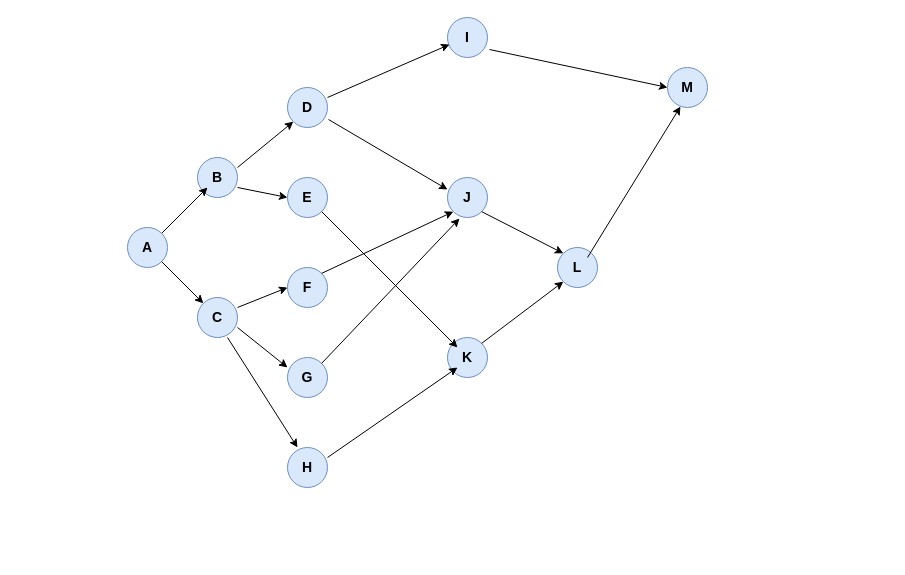
This is Diagrama sin título.drawio from Nicolaszabala/Nicolaszabala, a draw.io file, before an edit. Source tidied: cells renumbered, new cells numbered last; positions are measured from the earlier drawing's top-left corner, leaving out a move shared by most shapes. Both pictures are drawn from the tidied source at 100%, with x=0, y=0 at pixel (127, 17).
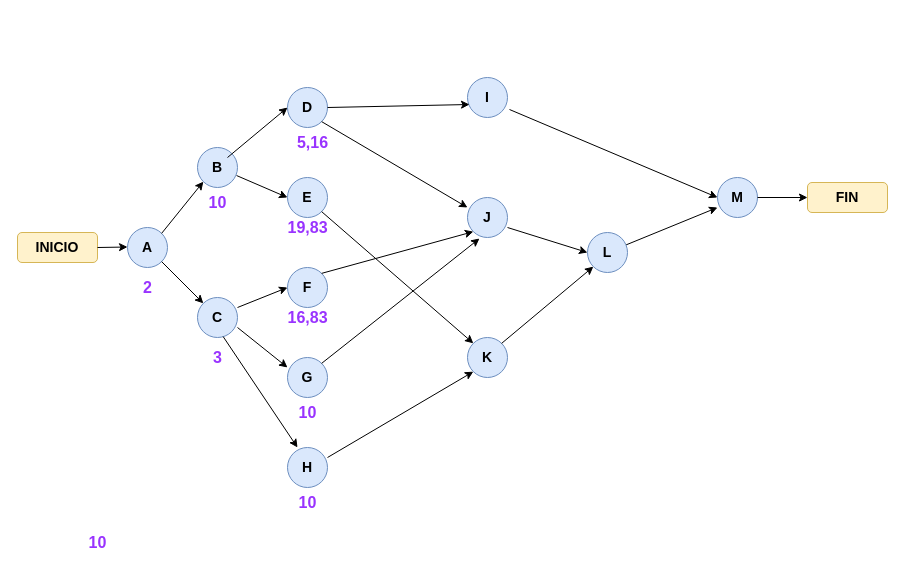
The same diagram, later.

Unchanged cells that the change refers to:
```xml
<mxCell id="4" value="&lt;font style=&quot;font-size: 14px;&quot;&gt;A&lt;/font&gt;" style="ellipse;whiteSpace=wrap;html=1;fontStyle=1;fillColor=#dae8fc;strokeColor=#6c8ebf;" parent="1" vertex="1">
  <mxGeometry y="210" width="40" height="40" as="geometry" />
</mxCell>
<mxCell id="6" value="&lt;font style=&quot;font-size: 14px;&quot;&gt;D&lt;/font&gt;" style="ellipse;whiteSpace=wrap;html=1;fontStyle=1;fillColor=#dae8fc;strokeColor=#6c8ebf;" parent="1" vertex="1">
  <mxGeometry x="160" y="70" width="40" height="40" as="geometry" />
</mxCell>
<mxCell id="8" value="&lt;font style=&quot;font-size: 14px;&quot;&gt;E&lt;/font&gt;" style="ellipse;whiteSpace=wrap;html=1;fontStyle=1;fillColor=#dae8fc;strokeColor=#6c8ebf;" parent="1" vertex="1">
  <mxGeometry x="160" y="160" width="40" height="40" as="geometry" />
</mxCell>
```

The edit, as a diff of the source:
```diff
@@
-    <mxCell id="2" value="&lt;font style=&quot;font-size: 14px;&quot;&gt;B&lt;/font&gt;" style="ellipse;whiteSpace=wrap;html=1;fontStyle=1;fillColor=#dae8fc;strokeColor=#6c8ebf;" parent="1" vertex="1">
-      <mxGeometry x="70" y="140" width="40" height="40" as="geometry" />
-    </mxCell>
-    <mxCell id="3" style="endArrow=classic;html=1;rounded=0;fontSize=14;" parent="1" edge="1">
-      <mxGeometry relative="1" as="geometry">
-        <mxPoint x="30" y="220" as="sourcePoint" />
-        <mxPoint x="80" y="170" as="targetPoint" />
-      </mxGeometry>
-    </mxCell>
@@
-    <mxCell id="9" style="endArrow=classic;html=1;rounded=0;fontSize=14;entryX=0;entryY=1;entryDx=0;entryDy=0;" parent="1" edge="1" target="6">
-      <mxGeometry relative="1" as="geometry">
-        <mxPoint x="110" y="150" as="sourcePoint" />
-      </mxGeometry>
-    </mxCell>
-    <mxCell id="10" style="endArrow=classic;html=1;rounded=0;fontSize=14;" parent="1" edge="1">
+    <mxCell id="10" style="endArrow=classic;html=1;rounded=0;fontSize=14;exitX=0.975;exitY=0.7;exitDx=0;exitDy=0;exitPerimeter=0;" parent="1" edge="1" source="2">
       <mxGeometry relative="1" as="geometry">
-        <mxPoint x="110" y="170" as="sourcePoint" />
         <mxPoint x="160" y="180" as="targetPoint" />
       </mxGeometry>
     </mxCell>
@@
-    <mxCell id="16" style="endArrow=classic;html=1;rounded=0;fontSize=14;" parent="1" edge="1">
+    <mxCell id="16" style="endArrow=classic;html=1;rounded=0;fontSize=14;exitX=0.69;exitY=-0.195;exitDx=0;exitDy=0;exitPerimeter=0;" parent="1" edge="1" source="40">
       <mxGeometry relative="1" as="geometry">
-        <mxPoint x="100" y="320" as="sourcePoint" />
         <mxPoint x="170" y="430" as="targetPoint" />
       </mxGeometry>
     </mxCell>
     <mxCell id="17" value="&lt;font style=&quot;font-size: 14px;&quot;&gt;I&lt;/font&gt;" style="ellipse;whiteSpace=wrap;html=1;fontStyle=1;fillColor=#dae8fc;strokeColor=#6c8ebf;" parent="1" vertex="1">
-      <mxGeometry x="320" width="40" height="40" as="geometry" />
+      <mxGeometry x="340" y="60" width="40" height="40" as="geometry" />
     </mxCell>
     <mxCell id="18" value="&lt;font style=&quot;font-size: 14px;&quot;&gt;J&lt;/font&gt;" style="ellipse;whiteSpace=wrap;html=1;fontStyle=1;fillColor=#dae8fc;strokeColor=#6c8ebf;" parent="1" vertex="1">
-      <mxGeometry x="320" y="160" width="40" height="40" as="geometry" />
+      <mxGeometry x="340" y="180" width="40" height="40" as="geometry" />
     </mxCell>
     <mxCell id="19" style="endArrow=classic;html=1;rounded=0;fontSize=14;entryX=0.05;entryY=0.675;entryDx=0;entryDy=0;entryPerimeter=0;" parent="1" edge="1" target="17">
       <mxGeometry relative="1" as="geometry">
-        <mxPoint x="200" y="80" as="sourcePoint" />
+        <mxPoint x="200" y="90" as="sourcePoint" />
       </mxGeometry>
     </mxCell>
@@
-    <mxCell id="21" style="endArrow=classic;html=1;rounded=0;fontSize=14;entryX=0;entryY=0.3;entryDx=0;entryDy=0;entryPerimeter=0;exitX=1.025;exitY=0.8;exitDx=0;exitDy=0;exitPerimeter=0;" parent="1" edge="1" source="6" target="18">
-      <mxGeometry relative="1" as="geometry" />
+    <mxCell id="21" style="endArrow=classic;html=1;rounded=0;fontSize=14;exitX=1;exitY=1;exitDx=0;exitDy=0;" parent="1" edge="1" source="6">
+      <mxGeometry relative="1" as="geometry">
+        <mxPoint x="340" y="190" as="targetPoint" />
+      </mxGeometry>
     </mxCell>
@@
     <mxCell id="23" value="&lt;font style=&quot;font-size: 14px;&quot;&gt;K&lt;/font&gt;" style="ellipse;whiteSpace=wrap;html=1;fontStyle=1;fillColor=#dae8fc;strokeColor=#6c8ebf;" parent="1" vertex="1">
-      <mxGeometry x="320" y="320" width="40" height="40" as="geometry" />
+      <mxGeometry x="340" y="320" width="40" height="40" as="geometry" />
     </mxCell>
-    <mxCell id="24" style="endArrow=classic;html=1;rounded=0;fontSize=14;exitX=1;exitY=1;exitDx=0;exitDy=0;" parent="1" edge="1" source="8">
-      <mxGeometry relative="1" as="geometry">
-        <mxPoint x="330" y="330" as="targetPoint" />
-      </mxGeometry>
+    <mxCell id="24" style="endArrow=classic;html=1;rounded=0;fontSize=14;exitX=1;exitY=1;exitDx=0;exitDy=0;entryX=0;entryY=0;entryDx=0;entryDy=0;" parent="1" edge="1" source="8" target="23">
+      <mxGeometry relative="1" as="geometry" />
     </mxCell>
-    <mxCell id="25" style="endArrow=classic;html=1;rounded=0;fontSize=14;" parent="1" edge="1">
+    <mxCell id="25" style="endArrow=classic;html=1;rounded=0;fontSize=14;entryX=0;entryY=1;entryDx=0;entryDy=0;" parent="1" edge="1" target="23">
       <mxGeometry relative="1" as="geometry">
         <mxPoint x="200" y="440" as="sourcePoint" />
-        <mxPoint x="330" y="350" as="targetPoint" />
       </mxGeometry>
     </mxCell>
-    <mxCell id="26" value="&lt;font style=&quot;font-size: 14px;&quot;&gt;L&lt;/font&gt;" style="ellipse;whiteSpace=wrap;html=1;fontStyle=1;fillColor=#dae8fc;strokeColor=#6c8ebf;" parent="1" vertex="1">
-      <mxGeometry x="430" y="230" width="40" height="40" as="geometry" />
-    </mxCell>
@@
-    <mxCell id="28" style="endArrow=classic;html=1;rounded=0;fontSize=14;exitX=1;exitY=1;exitDx=0;exitDy=0;entryX=0;entryY=0;entryDx=0;entryDy=0;" parent="1" edge="1" source="18" target="26">
-      <mxGeometry relative="1" as="geometry" />
+    <mxCell id="28" style="endArrow=classic;html=1;rounded=0;fontSize=14;entryX=0;entryY=0.5;entryDx=0;entryDy=0;" parent="1" edge="1" target="26">
+      <mxGeometry relative="1" as="geometry">
+        <mxPoint x="380" y="210" as="sourcePoint" />
+      </mxGeometry>
     </mxCell>
     <mxCell id="29" value="&lt;font style=&quot;font-size: 14px;&quot;&gt;M&lt;/font&gt;" style="ellipse;whiteSpace=wrap;html=1;fontStyle=1;fillColor=#dae8fc;strokeColor=#6c8ebf;" parent="1" vertex="1">
-      <mxGeometry x="540" y="50" width="40" height="40" as="geometry" />
+      <mxGeometry x="590" y="160" width="40" height="40" as="geometry" />
     </mxCell>
@@
-    <mxCell id="31" style="endArrow=classic;html=1;rounded=0;fontSize=14;entryX=0.325;entryY=0.975;entryDx=0;entryDy=0;entryPerimeter=0;" parent="1" edge="1" target="29">
+    <mxCell id="31" style="endArrow=classic;html=1;rounded=0;fontSize=14;startArrow=none;" parent="1" edge="1" source="26">
       <mxGeometry relative="1" as="geometry">
-        <mxPoint x="460" y="240" as="sourcePoint" />
+        <mxPoint x="590" y="190" as="targetPoint" />
       </mxGeometry>
     </mxCell>
+    <mxCell id="32" value="&lt;b&gt;FIN&lt;/b&gt;" style="rounded=1;whiteSpace=wrap;html=1;fontSize=14;fillColor=#fff2cc;strokeColor=#d6b656;" parent="1" vertex="1">
+      <mxGeometry x="680" y="165" width="80" height="30" as="geometry" />
+    </mxCell>
+    <mxCell id="33" value="&lt;b&gt;INICIO&lt;/b&gt;" style="rounded=1;whiteSpace=wrap;html=1;fontSize=14;fillColor=#fff2cc;strokeColor=#d6b656;" parent="1" vertex="1">
+      <mxGeometry x="-110" y="215" width="80" height="30" as="geometry" />
+    </mxCell>
+    <mxCell id="26" value="&lt;font style=&quot;font-size: 14px;&quot;&gt;L&lt;/font&gt;" style="ellipse;whiteSpace=wrap;html=1;fontStyle=1;fillColor=#dae8fc;strokeColor=#6c8ebf;" parent="1" vertex="1">
+      <mxGeometry x="460" y="215" width="40" height="40" as="geometry" />
+    </mxCell>
+    <mxCell id="34" style="endArrow=classic;html=1;rounded=0;fontSize=14;" parent="1" edge="1">
+      <mxGeometry relative="1" as="geometry">
+        <mxPoint x="630" y="180" as="sourcePoint" />
+        <mxPoint x="680" y="180" as="targetPoint" />
+      </mxGeometry>
+    </mxCell>
+    <mxCell id="35" style="endArrow=classic;html=1;rounded=0;fontSize=14;" parent="1" edge="1">
+      <mxGeometry relative="1" as="geometry">
+        <mxPoint x="-30" y="230" as="sourcePoint" />
+        <mxPoint y="229.5" as="targetPoint" />
+      </mxGeometry>
+    </mxCell>
+    <mxCell id="2" value="&lt;font style=&quot;font-size: 14px;&quot;&gt;B&lt;/font&gt;" style="ellipse;whiteSpace=wrap;html=1;fontStyle=1;fillColor=#dae8fc;strokeColor=#6c8ebf;" parent="1" vertex="1">
+      <mxGeometry x="70" y="130" width="40" height="40" as="geometry" />
+    </mxCell>
+    <mxCell id="36" style="endArrow=classic;html=1;rounded=0;fontSize=14;entryX=0;entryY=1;entryDx=0;entryDy=0;exitX=1;exitY=0;exitDx=0;exitDy=0;" parent="1" edge="1" source="4" target="2">
+      <mxGeometry relative="1" as="geometry" />
+    </mxCell>
+    <mxCell id="37" style="endArrow=classic;html=1;rounded=0;fontSize=14;entryX=0;entryY=0.5;entryDx=0;entryDy=0;" parent="1" edge="1" target="6">
+      <mxGeometry relative="1" as="geometry">
+        <mxPoint x="100" y="140" as="sourcePoint" />
+      </mxGeometry>
+    </mxCell>
+    <mxCell id="38" value="&lt;span style=&quot;font-size: 12pt; line-height: 107%; font-family: Calibri, sans-serif;&quot;&gt;&lt;font color=&quot;#9933ff&quot;&gt;&lt;b&gt;2&lt;/b&gt;&lt;/font&gt;&lt;/span&gt;" style="text;html=1;align=center;verticalAlign=middle;strokeColor=none;fillColor=none;fontSize=14;" parent="1" vertex="1">
+      <mxGeometry x="5" y="255" width="30" height="30" as="geometry" />
+    </mxCell>
+    <mxCell id="39" value="&lt;span style=&quot;font-size: 12pt; line-height: 107%; font-family: Calibri, sans-serif;&quot;&gt;&lt;font color=&quot;#9933ff&quot;&gt;&lt;b&gt;10&lt;/b&gt;&lt;/font&gt;&lt;/span&gt;" style="text;html=1;align=center;verticalAlign=middle;strokeColor=none;fillColor=none;fontSize=14;" parent="1" vertex="1">
+      <mxGeometry x="70" y="170" width="40" height="30" as="geometry" />
+    </mxCell>
+    <mxCell id="40" value="&lt;span style=&quot;font-size: 12pt; line-height: 107%; font-family: Calibri, sans-serif;&quot;&gt;&lt;font color=&quot;#9933ff&quot;&gt;&lt;b&gt;3&lt;/b&gt;&lt;/font&gt;&lt;/span&gt;" style="text;html=1;align=center;verticalAlign=middle;points=[];strokeColor=none;fillColor=none;fontSize=14;" parent="1" vertex="1">
+      <mxGeometry x="75" y="325" width="30" height="30" as="geometry" />
+    </mxCell>
+    <mxCell id="41" value="&lt;span style=&quot;font-size: 12pt; line-height: 107%; font-family: Calibri, sans-serif;&quot;&gt;&lt;font color=&quot;#9933ff&quot;&gt;&lt;b&gt;5,16&lt;/b&gt;&lt;/font&gt;&lt;/span&gt;" style="text;html=1;align=center;verticalAlign=middle;strokeColor=none;fillColor=none;fontSize=14;" parent="1" vertex="1">
+      <mxGeometry x="160" y="110" width="50" height="30" as="geometry" />
+    </mxCell>
+    <mxCell id="42" value="&lt;span style=&quot;font-size: 12pt; line-height: 107%; font-family: Calibri, sans-serif;&quot;&gt;&lt;font color=&quot;#9933ff&quot;&gt;&lt;b&gt;19,83&lt;/b&gt;&lt;/font&gt;&lt;/span&gt;" style="text;html=1;align=center;verticalAlign=middle;strokeColor=none;fillColor=none;fontSize=14;" parent="1" vertex="1">
+      <mxGeometry x="150" y="195" width="60" height="30" as="geometry" />
+    </mxCell>
+    <mxCell id="43" value="&lt;span style=&quot;font-size: 12pt; line-height: 107%; font-family: Calibri, sans-serif;&quot;&gt;&lt;font color=&quot;#9933ff&quot;&gt;&lt;b&gt;16,83&lt;/b&gt;&lt;/font&gt;&lt;/span&gt;" style="text;html=1;align=center;verticalAlign=middle;strokeColor=none;fillColor=none;fontSize=14;" parent="1" vertex="1">
+      <mxGeometry x="150" y="285" width="60" height="30" as="geometry" />
+    </mxCell>
+    <mxCell id="44" value="&lt;span style=&quot;font-size: 12pt; line-height: 107%; font-family: Calibri, sans-serif;&quot;&gt;&lt;font color=&quot;#9933ff&quot;&gt;&lt;b&gt;10&lt;/b&gt;&lt;/font&gt;&lt;/span&gt;" style="text;html=1;align=center;verticalAlign=middle;strokeColor=none;fillColor=none;fontSize=14;" parent="1" vertex="1">
+      <mxGeometry x="160" y="380" width="40" height="30" as="geometry" />
+    </mxCell>
+    <mxCell id="45" value="&lt;span style=&quot;font-size: 12pt; line-height: 107%; font-family: Calibri, sans-serif;&quot;&gt;&lt;font color=&quot;#9933ff&quot;&gt;&lt;b&gt;10&lt;/b&gt;&lt;/font&gt;&lt;/span&gt;" style="text;html=1;align=center;verticalAlign=middle;strokeColor=none;fillColor=none;fontSize=14;" parent="1" vertex="1">
+      <mxGeometry x="160" y="470" width="40" height="30" as="geometry" />
+    </mxCell>
+    <mxCell id="46" value="&lt;span style=&quot;font-size: 12pt; line-height: 107%; font-family: Calibri, sans-serif;&quot;&gt;&lt;font color=&quot;#9933ff&quot;&gt;&lt;b&gt;10&lt;/b&gt;&lt;/font&gt;&lt;/span&gt;" style="text;html=1;align=center;verticalAlign=middle;strokeColor=none;fillColor=none;fontSize=14;" parent="1" vertex="1">
+      <mxGeometry x="-50" y="510" width="40" height="30" as="geometry" />
+    </mxCell>
```
